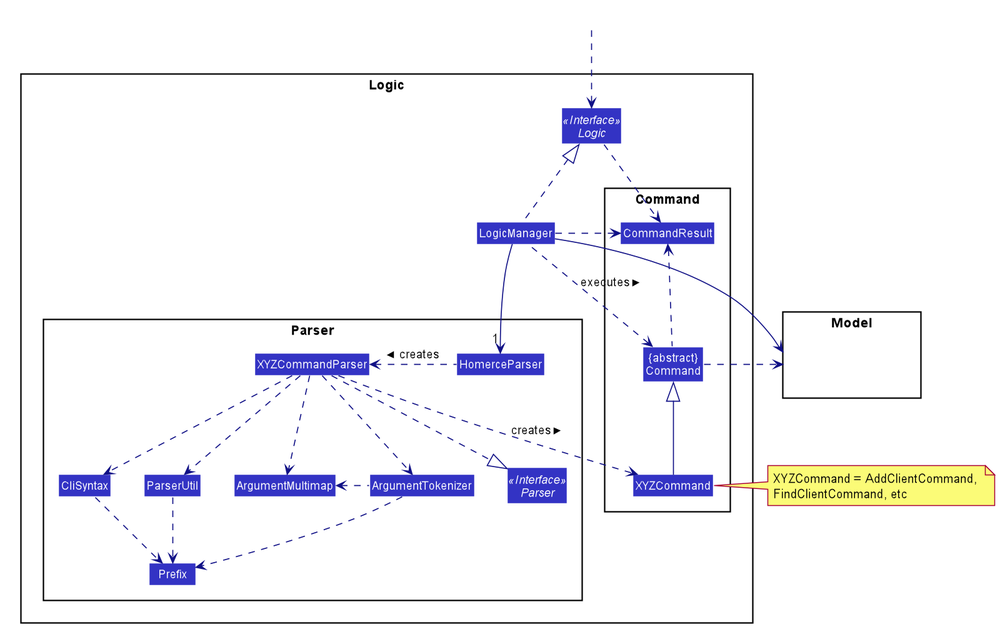
This is docs/images/LogicClassDiagram.png from yanlynnnnn/tp, a PlantUML export, as it was before one commit. Source of this version:
```plantuml
@startuml








skinparam BackgroundColor #FFFFFFF

skinparam Shadowing false

skinparam Class {
    FontColor #FFFFFF
    BorderThickness 1
    BorderColor #FFFFFF
    StereotypeFontColor #FFFFFF
    FontName Arial
}

skinparam Actor {
    BorderColor #000000
    Color #000000
    FontName Arial
}

skinparam Sequence {
    MessageAlign center
    BoxFontSize 15
    BoxPadding 0
    BoxFontColor #FFFFFF
    FontName Arial
}

skinparam Participant {
    FontColor #FFFFFFF
    Padding 20
}

skinparam MinClassWidth 50
skinparam ParticipantPadding 10
skinparam Shadowing false
skinparam DefaultTextAlignment center
skinparam packageStyle Rectangle

hide footbox
hide members
hide circle
skinparam arrowThickness 1.1
skinparam arrowColor #101086
skinparam classBackgroundColor #3333C4

package Logic {

package Parser {
Interface Parser <<Interface>>
Class HomerceParser
Class XYZCommandParser
Class CliSyntax
Class ParserUtil
Class ArgumentMultimap
Class ArgumentTokenizer
Class Prefix
}

package Command {
Class XYZCommand
Class CommandResult
Class "{abstract}\nCommand" as Command
}

Interface Logic <<Interface>>
Class LogicManager
}

package Model{
Class HiddenModel #FFFFFF
}

Class HiddenOutside #FFFFFF
HiddenOutside ..> Logic

LogicManager .up.|> Logic
LogicManager -->"1" HomerceParser
HomerceParser .left.> XYZCommandParser: creates >

XYZCommandParser ..> XYZCommand : creates >
XYZCommandParser ..|> Parser
XYZCommandParser ..> ArgumentMultimap
XYZCommandParser ..> ArgumentTokenizer
ArgumentTokenizer .left.> ArgumentMultimap
XYZCommandParser ..> CliSyntax
CliSyntax ..> Prefix
XYZCommandParser ..> ParserUtil
ParserUtil .down.> Prefix
ArgumentTokenizer .down.> Prefix
XYZCommand -up-|> Command
LogicManager .left.> Command : executes >

LogicManager --> Model
Command .right.> Model
note right of XYZCommand: XYZCommand = AddClientCommand, \nFindClientCommand, etc

Logic ..> CommandResult
LogicManager .down.> CommandResult
Command .up.> CommandResult
CommandResult -[hidden]-> Parser
@enduml
```
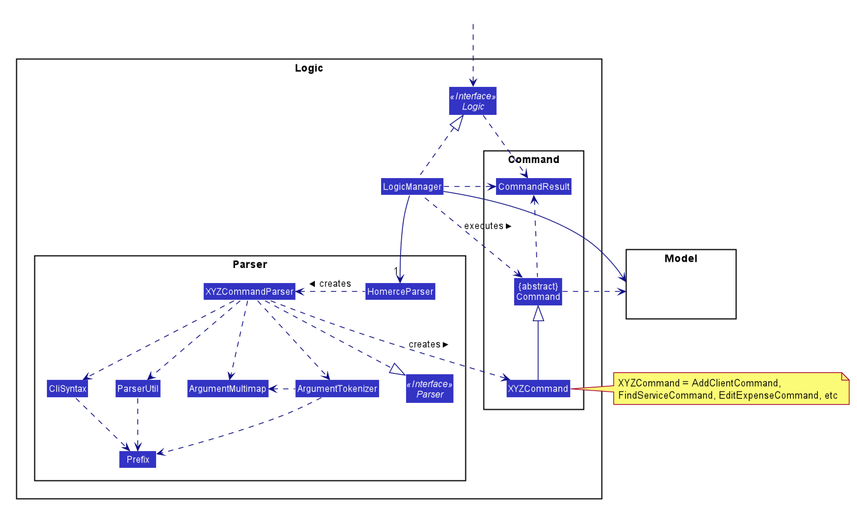
Above is the later version.

The edit, as a diff of the source:
```diff
@@ -17,6 +17,8 @@
     BorderColor #FFFFFF
     StereotypeFontColor #FFFFFF
     FontName Arial
+    AttributeFontColor #FFFFFF
+    AttributeIconSize 0
 }
 
 skinparam Actor {
@@ -45,8 +47,8 @@
 skinparam packageStyle Rectangle
 
 hide footbox
+hide circle
 hide members
-hide circle
 skinparam arrowThickness 1.1
 skinparam arrowColor #101086
 skinparam classBackgroundColor #3333C4
@@ -100,7 +102,7 @@
 
 LogicManager --> Model
 Command .right.> Model
-note right of XYZCommand: XYZCommand = AddClientCommand, \nFindClientCommand, etc
+note right of XYZCommand: XYZCommand = AddClientCommand, \nFindServiceCommand, EditExpenseCommand, etc
 
 Logic ..> CommandResult
 LogicManager .down.> CommandResult
```
